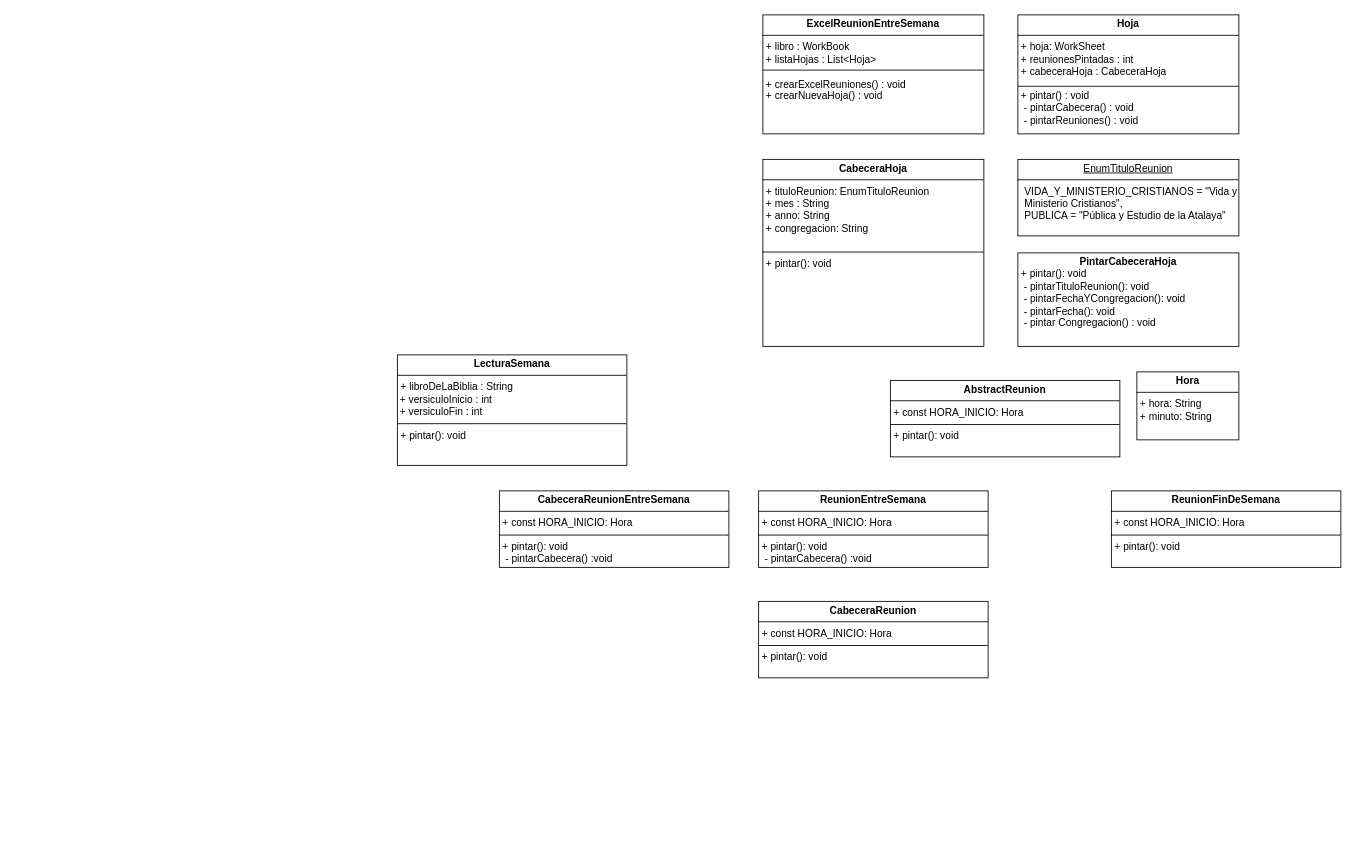
Above: Diagrama sin título.drawio in Rekisitooo/Excel_Reuniones (draw.io), before the change. Source tidied: cells renumbered, new cells numbered last; positions are measured from the earlier drawing's top-left corner, leaving out a move shared by most shapes. Both pictures are drawn from the tidied source at 85%, with x=0, y=0 at pixel (397, 14).
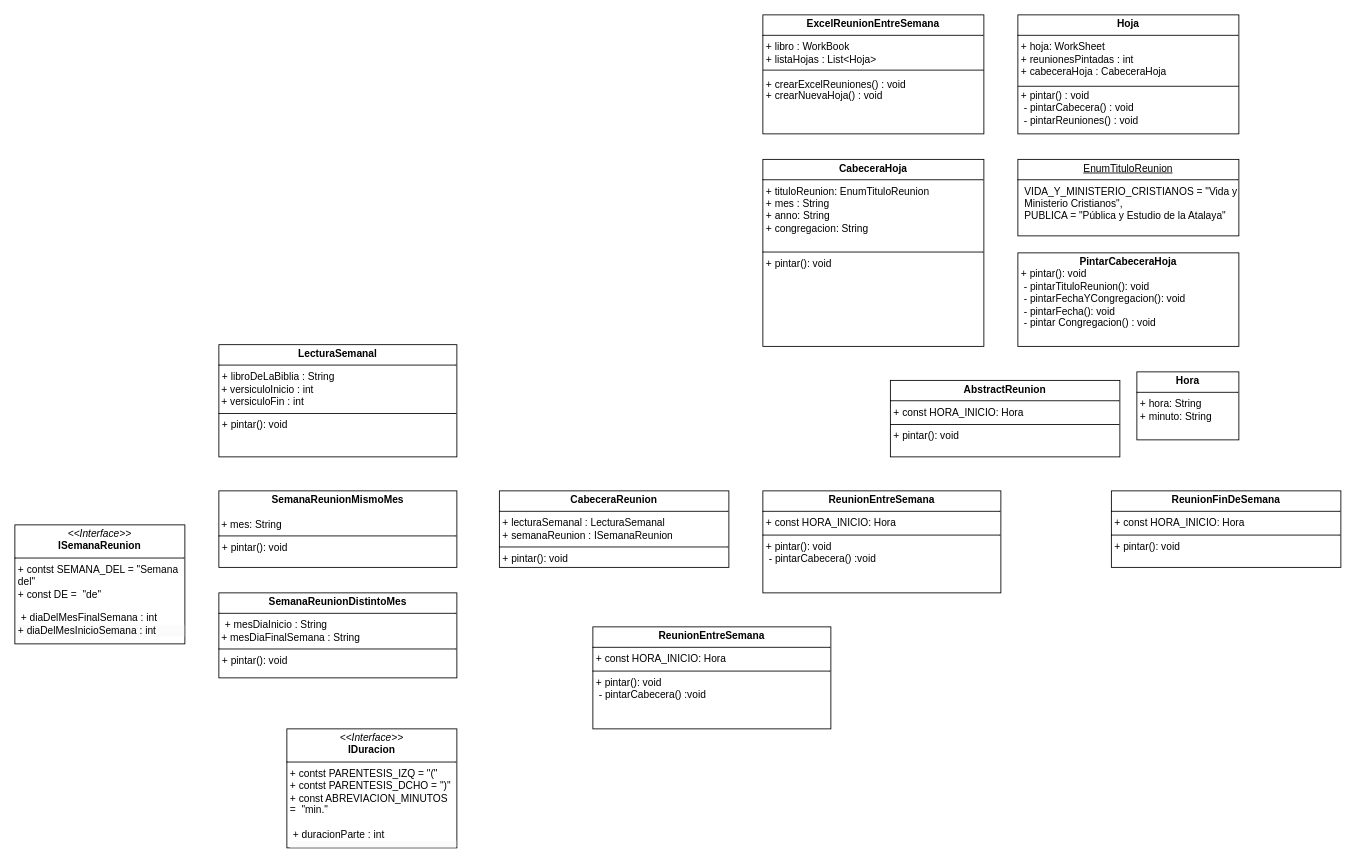
The same diagram, later.

Commit message:
Excel Reuniones

Change to the diagram source:
```diff
@@
     <mxCell id="10" value="&lt;p style=&quot;margin:0px;margin-top:4px;text-align:center;&quot;&gt;&lt;b style=&quot;background-color: initial;&quot;&gt;ReunionEntreSemana&lt;/b&gt;&lt;/p&gt;&lt;hr size=&quot;1&quot; style=&quot;border-style:solid;&quot;&gt;&lt;p style=&quot;margin:0px;margin-left:4px;&quot;&gt;+ const HORA_INICIO: Hora&lt;/p&gt;&lt;hr size=&quot;1&quot; style=&quot;border-style:solid;&quot;&gt;&lt;p style=&quot;margin:0px;margin-left:4px;&quot;&gt;+ pintar(): void&lt;/p&gt;&lt;p style=&quot;margin:0px;margin-left:4px;&quot;&gt;&amp;nbsp;- pintarCabecera() :void&lt;/p&gt;" style="verticalAlign=top;align=left;overflow=fill;html=1;whiteSpace=wrap;" parent="1" vertex="1">
-      <mxGeometry x="425" y="560" width="270" height="90" as="geometry" />
+      <mxGeometry x="430" y="560" width="280" height="120" as="geometry" />
     </mxCell>
-    <mxCell id="11" value="&lt;p style=&quot;margin:0px;margin-top:4px;text-align:center;&quot;&gt;&lt;b style=&quot;background-color: initial;&quot;&gt;CabeceraReunion&lt;/b&gt;&lt;/p&gt;&lt;hr size=&quot;1&quot; style=&quot;border-style:solid;&quot;&gt;&lt;p style=&quot;margin:0px;margin-left:4px;&quot;&gt;+ const HORA_INICIO: Hora&lt;/p&gt;&lt;hr size=&quot;1&quot; style=&quot;border-style:solid;&quot;&gt;&lt;p style=&quot;margin:0px;margin-left:4px;&quot;&gt;+ pintar(): void&lt;/p&gt;" style="verticalAlign=top;align=left;overflow=fill;html=1;whiteSpace=wrap;" parent="1" vertex="1">
-      <mxGeometry x="425" y="690" width="270" height="90" as="geometry" />
+    <mxCell id="11" value="&lt;p style=&quot;margin:0px;margin-top:4px;text-align:center;&quot;&gt;&lt;b style=&quot;background-color: initial;&quot;&gt;CabeceraReunion&lt;/b&gt;&lt;/p&gt;&lt;hr size=&quot;1&quot; style=&quot;border-style:solid;&quot;&gt;&lt;p style=&quot;margin:0px;margin-left:4px;&quot;&gt;+ lecturaSemanal : LecturaSemanal&lt;/p&gt;&lt;p style=&quot;margin:0px;margin-left:4px;&quot;&gt;+ semanaReunion : I&lt;span style=&quot;background-color: initial;&quot;&gt;SemanaReunion&amp;nbsp;&lt;/span&gt;&lt;/p&gt;&lt;hr size=&quot;1&quot; style=&quot;border-style:solid;&quot;&gt;&lt;p style=&quot;margin:0px;margin-left:4px;&quot;&gt;+ pintar(): void&lt;/p&gt;" style="verticalAlign=top;align=left;overflow=fill;html=1;whiteSpace=wrap;" parent="1" vertex="1">
+      <mxGeometry x="120" y="560" width="270" height="90" as="geometry" />
     </mxCell>
@@
-    <mxCell id="15" value="&lt;p style=&quot;margin:0px;margin-top:4px;text-align:center;&quot;&gt;&lt;b style=&quot;background-color: initial;&quot;&gt;CabeceraReunionEntreSemana&lt;/b&gt;&lt;/p&gt;&lt;hr size=&quot;1&quot; style=&quot;border-style:solid;&quot;&gt;&lt;p style=&quot;margin:0px;margin-left:4px;&quot;&gt;+ const HORA_INICIO: Hora&lt;/p&gt;&lt;hr size=&quot;1&quot; style=&quot;border-style:solid;&quot;&gt;&lt;p style=&quot;margin:0px;margin-left:4px;&quot;&gt;+ pintar(): void&lt;/p&gt;&lt;p style=&quot;margin:0px;margin-left:4px;&quot;&gt;&amp;nbsp;- pintarCabecera() :void&lt;/p&gt;" style="verticalAlign=top;align=left;overflow=fill;html=1;whiteSpace=wrap;" parent="1" vertex="1">
-      <mxGeometry x="120" y="560" width="270" height="90" as="geometry" />
-    </mxCell>
-    <mxCell id="16" value="&lt;p style=&quot;margin:0px;margin-top:4px;text-align:center;&quot;&gt;&lt;b style=&quot;background-color: initial;&quot;&gt;LecturaSemana&lt;/b&gt;&lt;/p&gt;&lt;hr size=&quot;1&quot; style=&quot;border-style:solid;&quot;&gt;&lt;p style=&quot;margin:0px;margin-left:4px;&quot;&gt;+ libroDeLaBiblia : String&lt;/p&gt;&amp;nbsp;+ versiculoInicio : int&lt;div&gt;&amp;nbsp;+ versiculoFin : int&lt;br&gt;&lt;hr size=&quot;1&quot; style=&quot;border-style:solid;&quot;&gt;&lt;p style=&quot;margin:0px;margin-left:4px;&quot;&gt;+ pintar(): void&lt;/p&gt;&lt;/div&gt;" style="verticalAlign=top;align=left;overflow=fill;html=1;whiteSpace=wrap;" parent="1" vertex="1">
-      <mxGeometry y="400" width="270" height="130" as="geometry" />
+    <mxCell id="16" value="&lt;p style=&quot;margin:0px;margin-top:4px;text-align:center;&quot;&gt;&lt;b style=&quot;background-color: initial;&quot;&gt;LecturaSemanal&lt;/b&gt;&lt;/p&gt;&lt;hr size=&quot;1&quot; style=&quot;border-style:solid;&quot;&gt;&lt;p style=&quot;margin:0px;margin-left:4px;&quot;&gt;+ libroDeLaBiblia : String&lt;/p&gt;&amp;nbsp;+ versiculoInicio : int&lt;div&gt;&amp;nbsp;+ versiculoFin : int&lt;br&gt;&lt;hr size=&quot;1&quot; style=&quot;border-style:solid;&quot;&gt;&lt;p style=&quot;margin:0px;margin-left:4px;&quot;&gt;+ pintar(): void&lt;/p&gt;&lt;/div&gt;" style="verticalAlign=top;align=left;overflow=fill;html=1;whiteSpace=wrap;" parent="1" vertex="1">
+      <mxGeometry x="-210" y="388" width="280" height="132" as="geometry" />
     </mxCell>
+    <mxCell id="17" value="&lt;p style=&quot;margin:0px;margin-top:4px;text-align:center;&quot;&gt;&lt;i&gt;&amp;lt;&amp;lt;Interface&amp;gt;&amp;gt;&lt;/i&gt;&lt;br&gt;&lt;b&gt;ISemanaReunion&lt;/b&gt;&lt;/p&gt;&lt;hr size=&quot;1&quot; style=&quot;border-style:solid;&quot;&gt;&lt;p style=&quot;margin:0px;margin-left:4px;&quot;&gt;+ contst SEMANA_DEL = &quot;Semana del&quot;&lt;br&gt;+ const DE =&amp;nbsp; &quot;de&quot;&lt;/p&gt;&lt;p style=&quot;margin:0px;margin-left:4px;&quot;&gt;&lt;br&gt;&lt;/p&gt;&lt;p style=&quot;margin:0px;margin-left:4px;&quot;&gt;&amp;nbsp;+ diaDelMesFinalSemana : int&lt;br&gt;&lt;/p&gt;&lt;p style=&quot;margin:0px;margin-left:4px;&quot;&gt;&lt;span style=&quot;color: rgb(0, 0, 0); font-family: Helvetica; font-size: 12px; font-style: normal; font-variant-ligatures: normal; font-variant-caps: normal; font-weight: 400; letter-spacing: normal; orphans: 2; text-align: left; text-indent: 0px; text-transform: none; widows: 2; word-spacing: 0px; -webkit-text-stroke-width: 0px; white-space: normal; background-color: rgb(251, 251, 251); text-decoration-thickness: initial; text-decoration-style: initial; text-decoration-color: initial; display: inline !important; float: none;&quot;&gt;&lt;/span&gt;&lt;/p&gt;&lt;p style=&quot;forced-color-adjust: none; color: rgb(0, 0, 0); font-family: Helvetica; font-size: 12px; font-style: normal; font-variant-ligatures: normal; font-variant-caps: normal; font-weight: 400; letter-spacing: normal; orphans: 2; text-align: left; text-indent: 0px; text-transform: none; widows: 2; word-spacing: 0px; -webkit-text-stroke-width: 0px; white-space: normal; background-color: rgb(251, 251, 251); text-decoration-thickness: initial; text-decoration-style: initial; text-decoration-color: initial; margin: 0px 0px 0px 4px;&quot;&gt;+ diaDelMesInicioSemana : int&lt;/p&gt;" style="verticalAlign=top;align=left;overflow=fill;html=1;whiteSpace=wrap;" parent="1" vertex="1">
+      <mxGeometry x="-450" y="600" width="200" height="140" as="geometry" />
+    </mxCell>
+    <mxCell id="18" value="&lt;p style=&quot;margin:0px;margin-top:4px;text-align:center;&quot;&gt;&lt;b&gt;SemanaReunionMismoMes&lt;/b&gt;&lt;/p&gt;&lt;br&gt;&amp;nbsp;+ mes: String&lt;div&gt;&lt;hr size=&quot;1&quot; style=&quot;border-style:solid;&quot;&gt;&lt;p style=&quot;margin:0px;margin-left:4px;&quot;&gt;+ pintar(): void&lt;/p&gt;&lt;/div&gt;" style="verticalAlign=top;align=left;overflow=fill;html=1;whiteSpace=wrap;" parent="1" vertex="1">
+      <mxGeometry x="-210" y="560" width="280" height="90" as="geometry" />
+    </mxCell>
+    <mxCell id="19" value="&lt;p style=&quot;margin:0px;margin-top:4px;text-align:center;&quot;&gt;&lt;b&gt;SemanaReunionDistintoMes&lt;/b&gt;&lt;/p&gt;&lt;hr size=&quot;1&quot; style=&quot;border-style:solid;&quot;&gt;&lt;p style=&quot;margin:0px;margin-left:4px;&quot;&gt;&lt;span style=&quot;background-color: initial;&quot;&gt;&amp;nbsp;+ mesDiaInicio : String&lt;/span&gt;&lt;br&gt;&lt;/p&gt;&lt;div&gt;&lt;span style=&quot;background-color: initial;&quot;&gt;&amp;nbsp;+ mesDiaFinalSemana : String&lt;/span&gt;&lt;/div&gt;&lt;div&gt;&lt;hr size=&quot;1&quot; style=&quot;border-style:solid;&quot;&gt;&lt;p style=&quot;margin:0px;margin-left:4px;&quot;&gt;+ pintar(): void&lt;/p&gt;&lt;/div&gt;" style="verticalAlign=top;align=left;overflow=fill;html=1;whiteSpace=wrap;" parent="1" vertex="1">
+      <mxGeometry x="-210" y="680" width="280" height="100" as="geometry" />
+    </mxCell>
+    <mxCell id="20" value="&lt;p style=&quot;margin:0px;margin-top:4px;text-align:center;&quot;&gt;&lt;b style=&quot;background-color: initial;&quot;&gt;ReunionEntreSemana&lt;/b&gt;&lt;/p&gt;&lt;hr size=&quot;1&quot; style=&quot;border-style:solid;&quot;&gt;&lt;p style=&quot;margin:0px;margin-left:4px;&quot;&gt;+ const HORA_INICIO: Hora&lt;/p&gt;&lt;hr size=&quot;1&quot; style=&quot;border-style:solid;&quot;&gt;&lt;p style=&quot;margin:0px;margin-left:4px;&quot;&gt;+ pintar(): void&lt;/p&gt;&lt;p style=&quot;margin:0px;margin-left:4px;&quot;&gt;&amp;nbsp;- pintarCabecera() :void&lt;/p&gt;" style="verticalAlign=top;align=left;overflow=fill;html=1;whiteSpace=wrap;" parent="1" vertex="1">
+      <mxGeometry x="230" y="720" width="280" height="120" as="geometry" />
+    </mxCell>
+    <mxCell id="21" value="&lt;p style=&quot;margin:0px;margin-top:4px;text-align:center;&quot;&gt;&lt;i&gt;&amp;lt;&amp;lt;Interface&amp;gt;&amp;gt;&lt;/i&gt;&lt;br&gt;&lt;b&gt;IDuracion&lt;/b&gt;&lt;/p&gt;&lt;hr size=&quot;1&quot; style=&quot;border-style:solid;&quot;&gt;&lt;p style=&quot;margin:0px;margin-left:4px;&quot;&gt;+ contst PARENTESIS_IZQ = &quot;(&quot;&lt;/p&gt;&lt;p style=&quot;margin:0px;margin-left:4px;&quot;&gt;+ contst PARENTESIS_DCHO = &quot;)&quot;&lt;br&gt;+ const ABREVIACION_MINUTOS =&amp;nbsp; &quot;min.&quot;&lt;/p&gt;&lt;p style=&quot;margin:0px;margin-left:4px;&quot;&gt;&lt;br&gt;&lt;/p&gt;&lt;p style=&quot;margin:0px;margin-left:4px;&quot;&gt;&amp;nbsp;+ duracionParte : int&lt;br&gt;&lt;/p&gt;&lt;p style=&quot;margin:0px;margin-left:4px;&quot;&gt;&lt;span style=&quot;color: rgb(0, 0, 0); font-family: Helvetica; font-size: 12px; font-style: normal; font-variant-ligatures: normal; font-variant-caps: normal; font-weight: 400; letter-spacing: normal; orphans: 2; text-align: left; text-indent: 0px; text-transform: none; widows: 2; word-spacing: 0px; -webkit-text-stroke-width: 0px; white-space: normal; background-color: rgb(251, 251, 251); text-decoration-thickness: initial; text-decoration-style: initial; text-decoration-color: initial; display: inline !important; float: none;&quot;&gt;&lt;/span&gt;&lt;/p&gt;&lt;p style=&quot;forced-color-adjust: none; color: rgb(0, 0, 0); font-family: Helvetica; font-size: 12px; font-style: normal; font-variant-ligatures: normal; font-variant-caps: normal; font-weight: 400; letter-spacing: normal; orphans: 2; text-align: left; text-indent: 0px; text-transform: none; widows: 2; word-spacing: 0px; -webkit-text-stroke-width: 0px; white-space: normal; background-color: rgb(251, 251, 251); text-decoration-thickness: initial; text-decoration-style: initial; text-decoration-color: initial; margin: 0px 0px 0px 4px;&quot;&gt;&lt;br&gt;&lt;/p&gt;" style="verticalAlign=top;align=left;overflow=fill;html=1;whiteSpace=wrap;" parent="1" vertex="1">
+      <mxGeometry x="-130" y="840" width="200" height="140" as="geometry" />
+    </mxCell>
```
